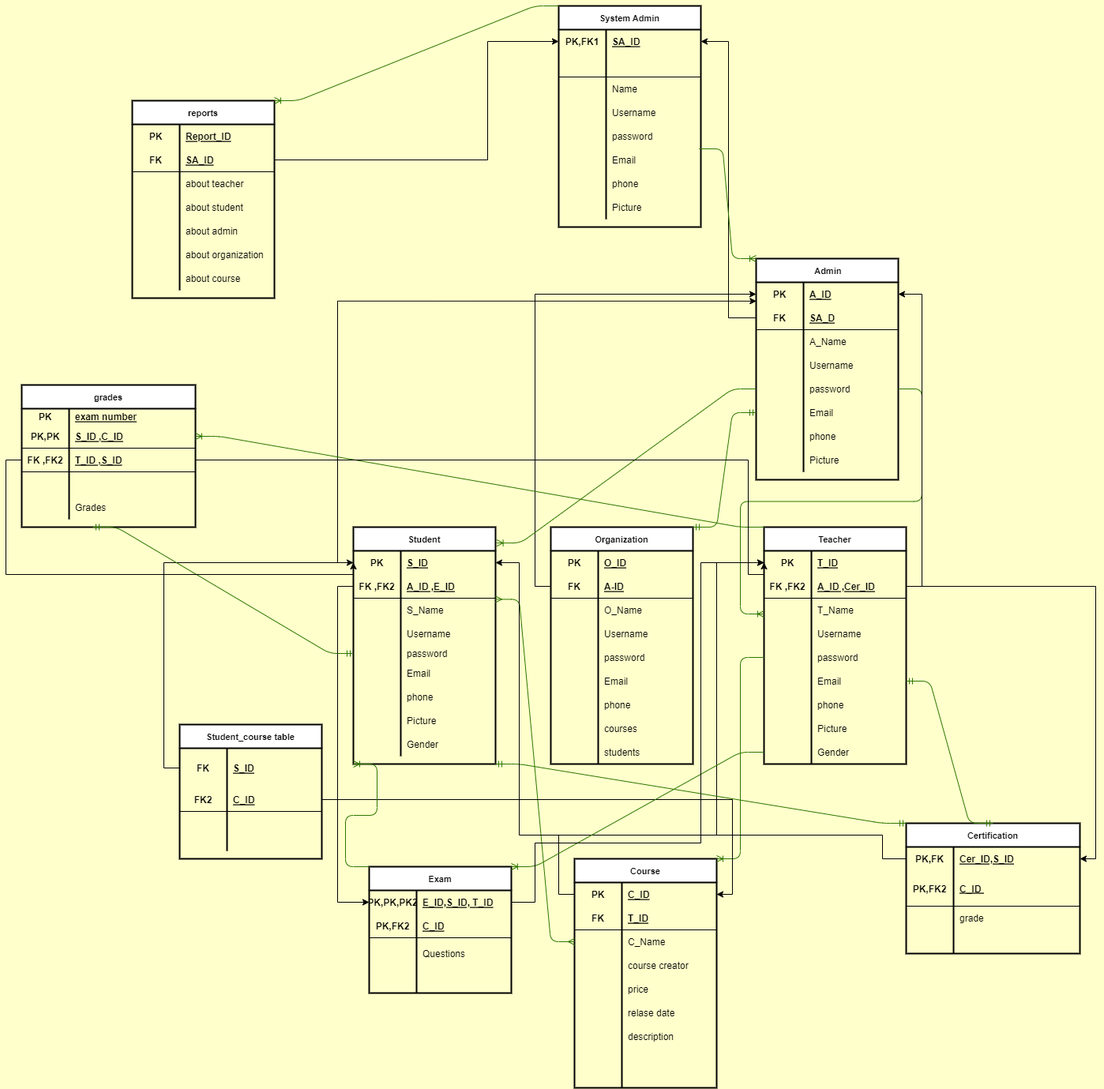
Earlier version of the draw.io export Design/Database/tables/tables_diagram.png (Boodyahmedhamdy/Edume). Source tidied: cells renumbered, new cells last; positions are measured from the earlier drawing's top-left corner, leaving out a move shared by most shapes.
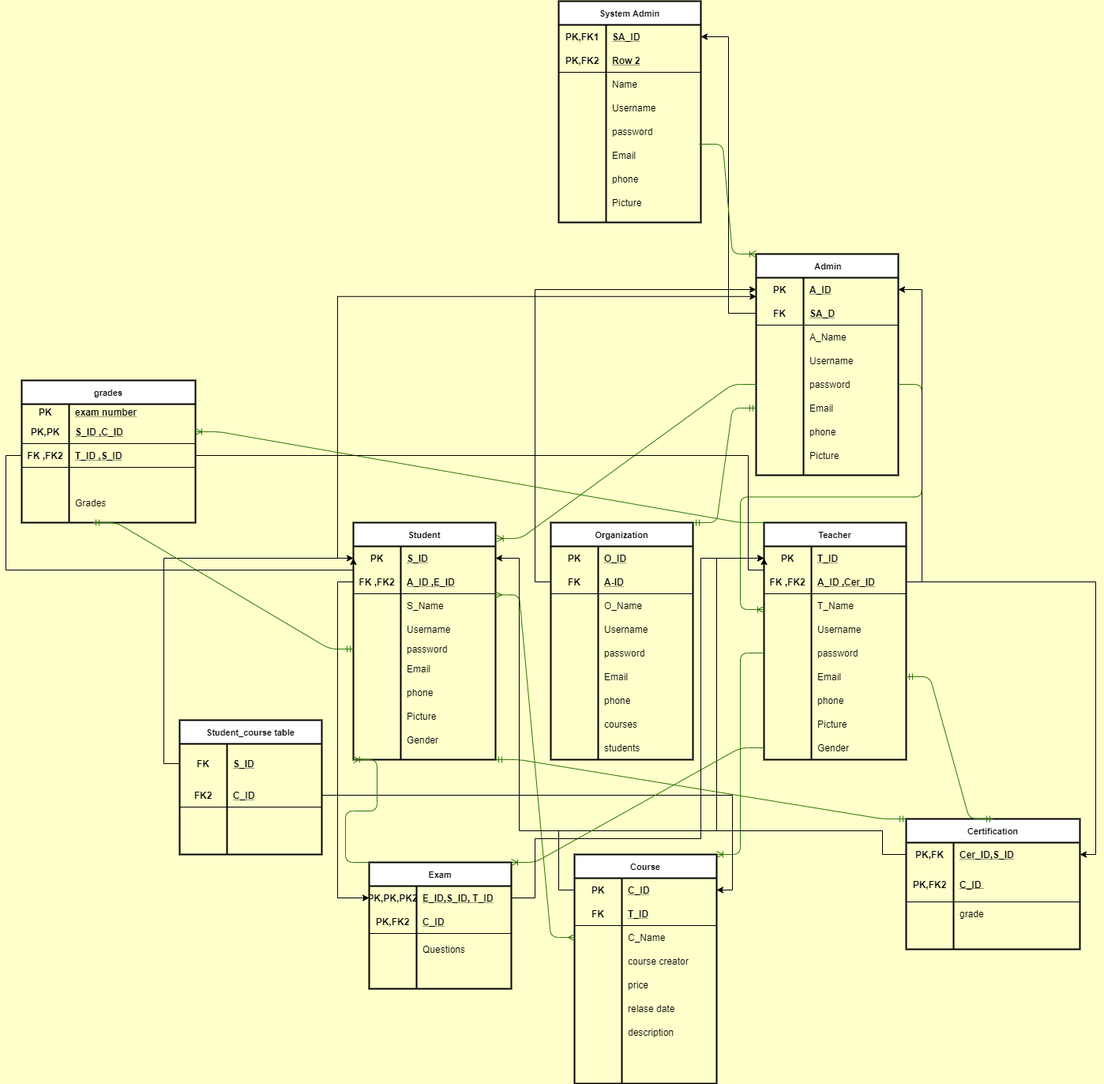
The same file after the commit.

The edit, as a diff of the source:
```diff
@@ -17,10 +17,10 @@
     <mxCell id="6" style="shape=partialRectangle;fillColor=none;top=0;left=0;bottom=1;right=0;" parent="2" vertex="1">
       <mxGeometry y="60" width="180" height="30" as="geometry" />
     </mxCell>
-    <mxCell id="7" style="shape=partialRectangle;fillColor=none;top=0;left=0;bottom=0;right=0;fontStyle=1;overflow=hidden;" parent="6" vertex="1">
+    <mxCell id="7" value="PK,FK2" style="shape=partialRectangle;fillColor=none;top=0;left=0;bottom=0;right=0;fontStyle=1;overflow=hidden;" parent="6" vertex="1">
       <mxGeometry width="60" height="30" as="geometry" />
     </mxCell>
-    <mxCell id="8" style="shape=partialRectangle;fillColor=none;top=0;left=0;bottom=0;right=0;align=left;spacingLeft=6;fontStyle=5;overflow=hidden;" parent="6" vertex="1">
+    <mxCell id="8" value="Row 2" style="shape=partialRectangle;fillColor=none;top=0;left=0;bottom=0;right=0;align=left;spacingLeft=6;fontStyle=5;overflow=hidden;" parent="6" vertex="1">
       <mxGeometry x="60" width="120" height="30" as="geometry" />
     </mxCell>
     <mxCell id="9" style="shape=partialRectangle;fillColor=none;top=0;left=0;bottom=0;right=0;" parent="2" vertex="1">
@@ -765,82 +765,5 @@
         </Array>
       </mxGeometry>
     </mxCell>
-    <mxCell id="244" value="reports" style="shape=table;startSize=30;rowLines=0;fontStyle=1;align=center;strokeWidth=2;fontSize=11;" parent="1" vertex="1">
-      <mxGeometry x="160" y="120" width="180" height="250" as="geometry" />
-    </mxCell>
-    <mxCell id="245" style="shape=partialRectangle;fillColor=none;top=0;left=0;bottom=0;right=0;" parent="244" vertex="1">
-      <mxGeometry y="30" width="180" height="30" as="geometry" />
-    </mxCell>
-    <mxCell id="246" value="PK" style="shape=partialRectangle;fillColor=none;top=0;left=0;bottom=0;right=0;fontStyle=1;overflow=hidden;" parent="245" vertex="1">
-      <mxGeometry width="60" height="30" as="geometry" />
-    </mxCell>
-    <mxCell id="247" value="Report_ID" style="shape=partialRectangle;fillColor=none;top=0;left=0;bottom=0;right=0;align=left;spacingLeft=6;fontStyle=5;overflow=hidden;" parent="245" vertex="1">
-      <mxGeometry x="60" width="120" height="30" as="geometry" />
-    </mxCell>
-    <mxCell id="248" style="shape=partialRectangle;fillColor=none;top=0;left=0;bottom=1;right=0;points=[[0,0.5],[1,0.5]];portConstraint=eastwest;" parent="244" vertex="1">
-      <mxGeometry y="60" width="180" height="30" as="geometry" />
-    </mxCell>
-    <mxCell id="249" value="FK" style="shape=partialRectangle;fillColor=none;top=0;left=0;bottom=0;right=0;fontStyle=1;overflow=hidden;" parent="248" vertex="1">
-      <mxGeometry width="60" height="30" as="geometry" />
-    </mxCell>
-    <mxCell id="250" value="SA_ID" style="shape=partialRectangle;fillColor=none;top=0;left=0;bottom=0;right=0;align=left;spacingLeft=6;fontStyle=5;overflow=hidden;" parent="248" vertex="1">
-      <mxGeometry x="60" width="120" height="30" as="geometry" />
-    </mxCell>
-    <mxCell id="251" style="shape=partialRectangle;fillColor=none;top=0;left=0;bottom=0;right=0;" parent="244" vertex="1">
-      <mxGeometry y="90" width="180" height="30" as="geometry" />
-    </mxCell>
-    <mxCell id="252" style="shape=partialRectangle;fillColor=none;top=0;left=0;bottom=0;right=0;overflow=hidden;" parent="251" vertex="1">
-      <mxGeometry width="60" height="30" as="geometry" />
-    </mxCell>
-    <mxCell id="253" value="about teacher" style="shape=partialRectangle;fillColor=none;top=0;left=0;bottom=0;right=0;align=left;spacingLeft=6;overflow=hidden;" parent="251" vertex="1">
-      <mxGeometry x="60" width="120" height="30" as="geometry" />
-    </mxCell>
-    <mxCell id="254" style="shape=partialRectangle;fillColor=none;top=0;left=0;bottom=0;right=0;" parent="244" vertex="1">
-      <mxGeometry y="120" width="180" height="30" as="geometry" />
-    </mxCell>
-    <mxCell id="255" style="shape=partialRectangle;fillColor=none;top=0;left=0;bottom=0;right=0;overflow=hidden;" parent="254" vertex="1">
-      <mxGeometry width="60" height="30" as="geometry" />
-    </mxCell>
-    <mxCell id="256" value="about student" style="shape=partialRectangle;fillColor=none;top=0;left=0;bottom=0;right=0;align=left;spacingLeft=6;overflow=hidden;" parent="254" vertex="1">
-      <mxGeometry x="60" width="120" height="30" as="geometry" />
-    </mxCell>
-    <mxCell id="257" style="shape=partialRectangle;fillColor=none;top=0;left=0;bottom=0;right=0;" parent="244" vertex="1">
-      <mxGeometry y="150" width="180" height="30" as="geometry" />
-    </mxCell>
-    <mxCell id="258" style="shape=partialRectangle;fillColor=none;top=0;left=0;bottom=0;right=0;overflow=hidden;" parent="257" vertex="1">
-      <mxGeometry width="60" height="30" as="geometry" />
-    </mxCell>
-    <mxCell id="259" value="about admin" style="shape=partialRectangle;fillColor=none;top=0;left=0;bottom=0;right=0;align=left;spacingLeft=6;overflow=hidden;" parent="257" vertex="1">
-      <mxGeometry x="60" width="120" height="30" as="geometry" />
-    </mxCell>
-    <mxCell id="260" style="shape=partialRectangle;fillColor=none;top=0;left=0;bottom=0;right=0;" parent="244" vertex="1">
-      <mxGeometry y="180" width="180" height="30" as="geometry" />
-    </mxCell>
-    <mxCell id="261" style="shape=partialRectangle;fillColor=none;top=0;left=0;bottom=0;right=0;overflow=hidden;" parent="260" vertex="1">
-      <mxGeometry width="60" height="30" as="geometry" />
-    </mxCell>
-    <mxCell id="262" value="about organization" style="shape=partialRectangle;fillColor=none;top=0;left=0;bottom=0;right=0;align=left;spacingLeft=6;overflow=hidden;" parent="260" vertex="1">
-      <mxGeometry x="60" width="120" height="30" as="geometry" />
-    </mxCell>
-    <mxCell id="263" style="shape=partialRectangle;fillColor=none;top=0;left=0;bottom=0;right=0;" parent="244" vertex="1">
-      <mxGeometry y="210" width="180" height="30" as="geometry" />
-    </mxCell>
-    <mxCell id="264" style="shape=partialRectangle;fillColor=none;top=0;left=0;bottom=0;right=0;overflow=hidden;" parent="263" vertex="1">
-      <mxGeometry width="60" height="30" as="geometry" />
-    </mxCell>
-    <mxCell id="265" value="about course" style="shape=partialRectangle;fillColor=none;top=0;left=0;bottom=0;right=0;align=left;spacingLeft=6;overflow=hidden;" parent="263" vertex="1">
-      <mxGeometry x="60" width="120" height="30" as="geometry" />
-    </mxCell>
-    <mxCell id="266" style="edgeStyle=entityRelationEdgeStyle;fontSize=12;html=1;endArrow=ERoneToMany;exitX=0;exitY=0;exitDx=0;exitDy=0;entryX=1;entryY=0;entryDx=0;entryDy=0;fillColor=#60a917;strokeColor=#2D7600;" parent="1" edge="1" source="2" target="244">
-      <mxGeometry relative="1" as="geometry" />
-    </mxCell>
-    <mxCell id="267" style="edgeStyle=orthogonalEdgeStyle;rounded=0;jettySize=auto;html=1;exitX=1;exitY=0.5;exitDx=0;exitDy=0;fontSize=11;" parent="1" edge="1" source="248" target="3">
-      <mxGeometry relative="1" as="geometry">
-        <Array as="points">
-          <mxPoint x="610" y="195" />
-          <mxPoint x="610" y="45" />
-        </Array>
-      </mxGeometry>
-    </mxCell>
   </root>
 </mxGraphModel>
```
